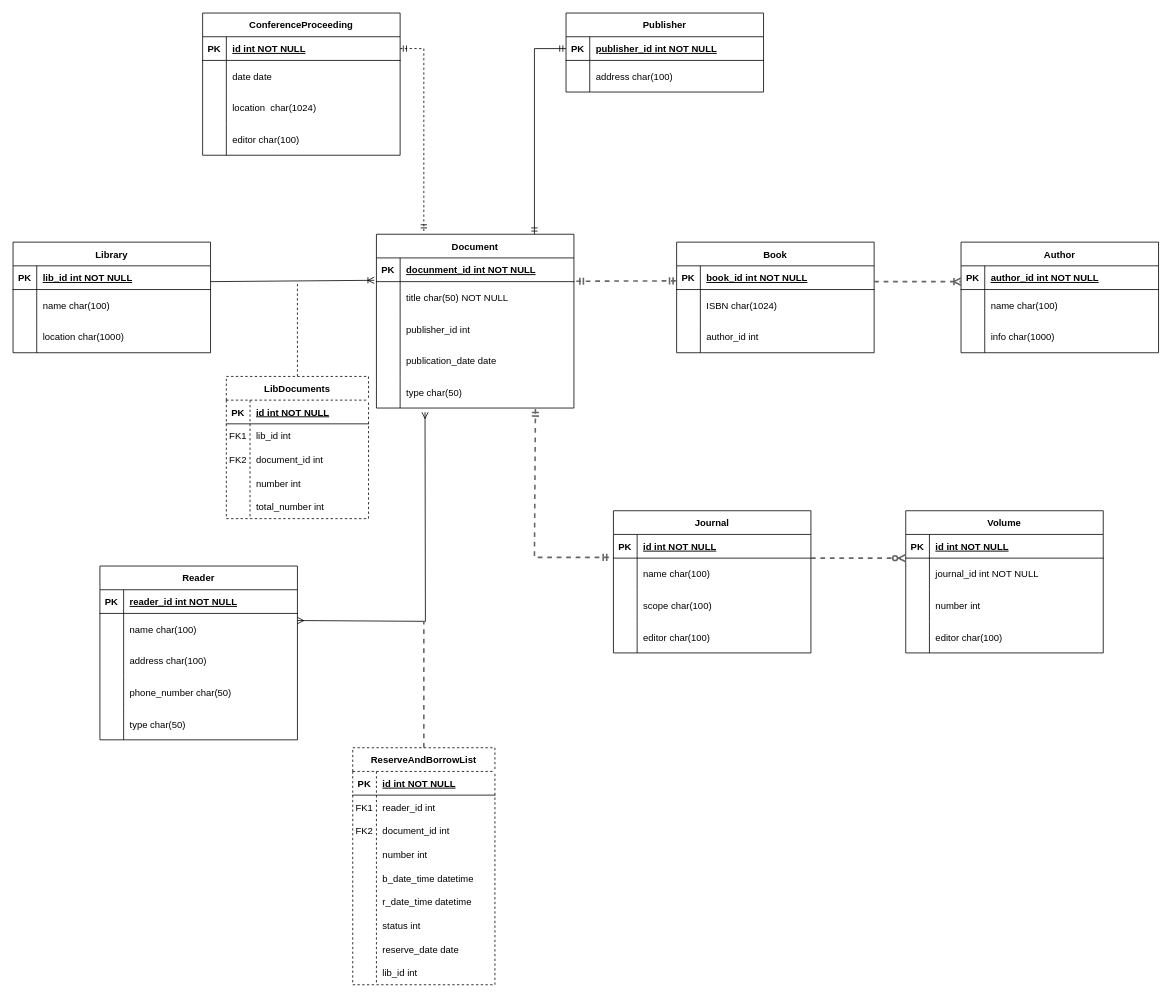
This is database-er.drawio from Maple-pro/database-assignment, a draw.io file, before an edit. Source tidied: cells renumbered, new cells numbered last; positions are measured from the earlier drawing's top-left corner, leaving out a move shared by most shapes. Both pictures are drawn from the tidied source at 79%, with x=0, y=0 at pixel (13, 13).
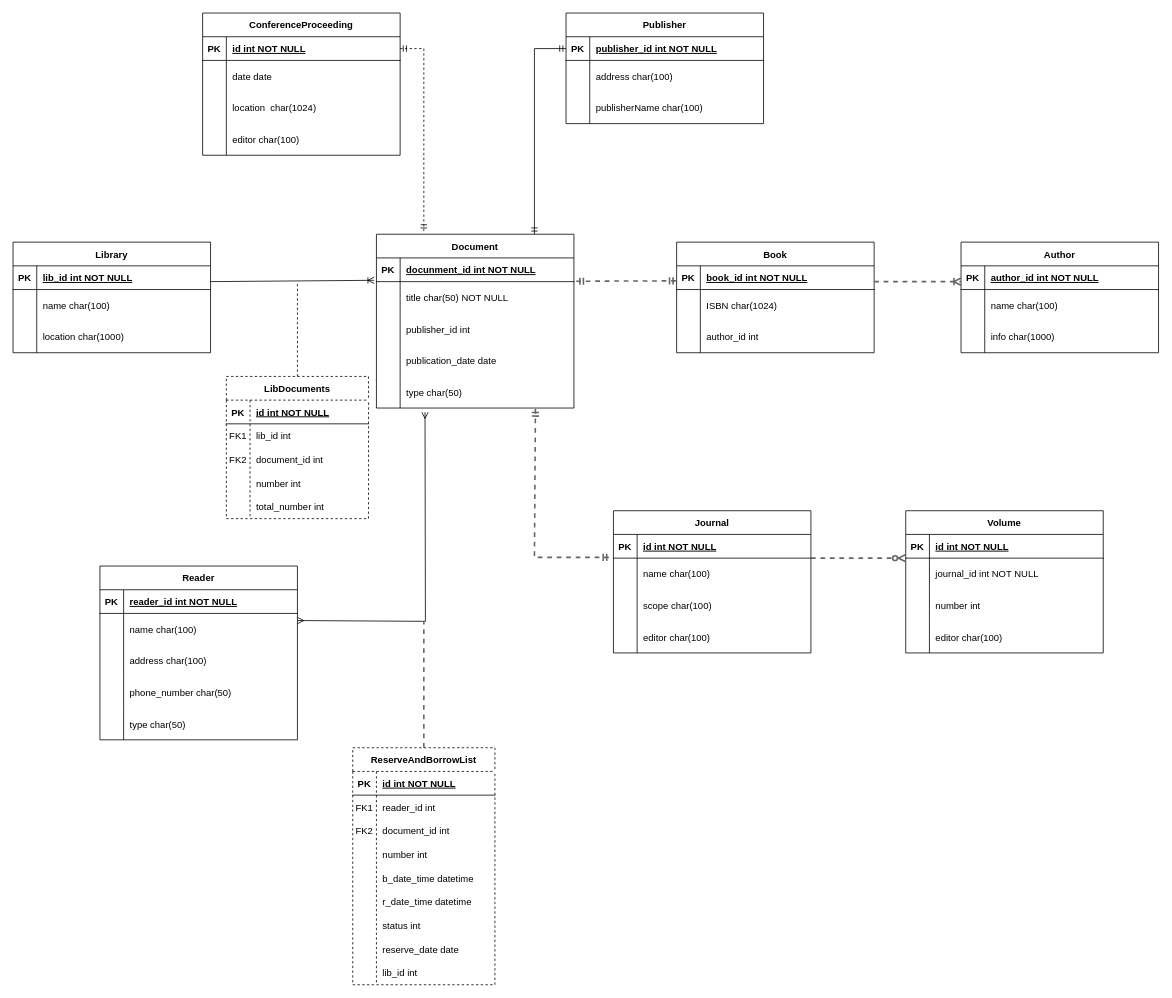
The same diagram, later.

Change to the diagram source:
```diff
@@
     <mxCell id="67" value="Publisher" style="shape=table;startSize=30;childLayout=tableLayout;rowLines=0;fontStyle=1;align=center;" parent="1" vertex="1">
-      <mxGeometry x="700" width="250" height="100" as="geometry" />
+      <mxGeometry x="700" width="250" height="140" as="geometry" />
     </mxCell>
@@
+    <mxCell id="165" style="shape=partialRectangle;fillColor=none;top=0;left=0;right=0;bottom=0;" parent="67" vertex="1">
+      <mxGeometry y="100" width="250" height="40" as="geometry" />
+    </mxCell>
+    <mxCell id="166" style="shape=partialRectangle;overflow=hidden;fillColor=none;top=0;left=0;bottom=0;right=0;" parent="165" vertex="1">
+      <mxGeometry width="30" height="40" as="geometry" />
+    </mxCell>
+    <mxCell id="167" value="publisherName char(100) " style="shape=partialRectangle;overflow=hidden;fillColor=none;top=0;left=0;bottom=0;right=0;align=left;spacingLeft=6;" parent="165" vertex="1">
+      <mxGeometry x="30" width="220" height="40" as="geometry" />
+    </mxCell>
```
